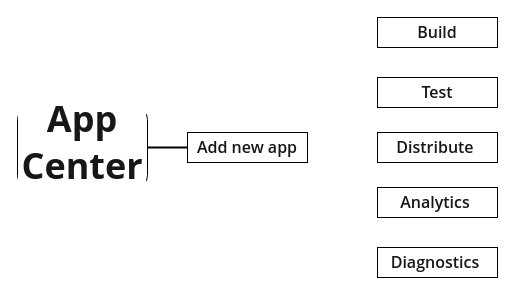
The draw.io diagram MyFlowChart1.drawio in BODYsuperman/MyFlowcharts, before the edit. Source tidied: cells renumbered, new cells numbered last; positions are measured from the earlier drawing's top-left corner, leaving out a move shared by most shapes. Both pictures are drawn from the tidied source at 100%, with x=0, y=0 at pixel (17, 17).
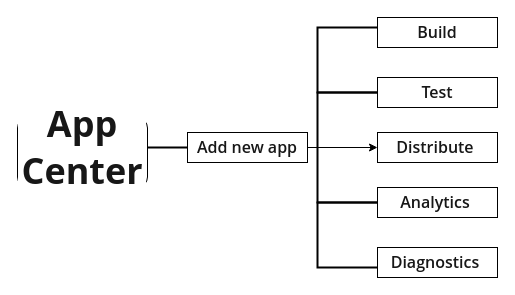
The same diagram, later.

Change to the diagram source:
```diff
@@
 <mxGraphModel background="#ffffff">
   <root>
     <mxCell id="0" />
     <mxCell id="1" parent="0" />
     <mxCell id="2" value="&lt;h1 id=&quot;app-center-quickstart&quot; style=&quot;box-sizing: inherit ; font-size: 2.25rem ; margin: -10px 0px 0px ; padding: 0px ; outline-color: inherit ; line-height: 1.3 ; overflow-wrap: break-word ; word-break: break-word ; color: rgb(23 , 23 , 23) ; font-family: &amp;#34;segoe ui&amp;#34; , &amp;#34;segoeui&amp;#34; , &amp;#34;helvetica neue&amp;#34; , &amp;#34;helvetica&amp;#34; , &amp;#34;arial&amp;#34; , sans-serif ; background-color: rgb(255 , 255 , 255)&quot;&gt;App Center&lt;/h1&gt;" style="rounded=1;whiteSpace=wrap;html=1;" parent="1" vertex="1">
-      <mxGeometry y="90" width="130" height="80" as="geometry" />
+      <mxGeometry y="100" width="130" height="70" as="geometry" />
     </mxCell>
+    <mxCell id="10" style="edgeStyle=orthogonalEdgeStyle;rounded=0;jettySize=auto;html=1;exitX=1;exitY=0.5;exitDx=0;exitDy=0;entryX=0;entryY=0.5;entryDx=0;entryDy=0;" parent="1" edge="1" source="3" target="7">
+      <mxGeometry relative="1" as="geometry" />
+    </mxCell>
     <mxCell id="3" value="&lt;span style=&quot;box-sizing: inherit ; font-weight: 600 ; outline-color: inherit ; color: rgb(23 , 23 , 23) ; font-family: &amp;#34;segoe ui&amp;#34; , &amp;#34;segoeui&amp;#34; , &amp;#34;helvetica neue&amp;#34; , &amp;#34;helvetica&amp;#34; , &amp;#34;arial&amp;#34; , sans-serif ; font-size: 16px ; text-align: left ; background-color: rgb(255 , 255 , 255)&quot;&gt;Add new app&lt;br&gt;&lt;/span&gt;" style="rounded=0;whiteSpace=wrap;html=1;" parent="1" vertex="1">
       <mxGeometry x="170" y="115" width="120" height="30" as="geometry" />
     </mxCell>
     <mxCell id="4" value="&lt;span style=&quot;box-sizing: inherit ; font-weight: 600 ; outline-color: inherit ; color: rgb(23 , 23 , 23) ; font-family: &amp;#34;segoe ui&amp;#34; , &amp;#34;segoeui&amp;#34; , &amp;#34;helvetica neue&amp;#34; , &amp;#34;helvetica&amp;#34; , &amp;#34;arial&amp;#34; , sans-serif ; font-size: 16px ; text-align: left ; background-color: rgb(255 , 255 , 255)&quot;&gt;Build&lt;br&gt;&lt;/span&gt;" style="rounded=0;whiteSpace=wrap;html=1;" parent="1" vertex="1">
       <mxGeometry x="360" width="120" height="30" as="geometry" />
     </mxCell>
     <mxCell id="5" style="line;strokeWidth=2;html=1;" parent="1" vertex="1">
       <mxGeometry x="130" y="115" width="40" height="30" as="geometry" />
     </mxCell>
     <mxCell id="6" value="&lt;span style=&quot;box-sizing: inherit ; font-weight: 600 ; outline-color: inherit ; color: rgb(23 , 23 , 23) ; font-family: &amp;#34;segoe ui&amp;#34; , &amp;#34;segoeui&amp;#34; , &amp;#34;helvetica neue&amp;#34; , &amp;#34;helvetica&amp;#34; , &amp;#34;arial&amp;#34; , sans-serif ; font-size: 16px ; text-align: left ; background-color: rgb(255 , 255 , 255)&quot;&gt;&lt;br&gt;Test&lt;br&gt;&lt;br&gt;&lt;/span&gt;" style="rounded=0;whiteSpace=wrap;html=1;" parent="1" vertex="1">
       <mxGeometry x="360" y="60" width="120" height="30" as="geometry" />
     </mxCell>
     <mxCell id="7" value="&lt;span style=&quot;box-sizing: inherit ; font-weight: 600 ; outline-color: inherit ; color: rgb(23 , 23 , 23) ; font-family: &amp;#34;segoe ui&amp;#34; , &amp;#34;segoeui&amp;#34; , &amp;#34;helvetica neue&amp;#34; , &amp;#34;helvetica&amp;#34; , &amp;#34;arial&amp;#34; , sans-serif ; font-size: 16px ; text-align: left ; background-color: rgb(255 , 255 , 255)&quot;&gt;&lt;br&gt;Distribute&lt;/span&gt;&lt;span style=&quot;color: rgb(23 , 23 , 23) ; font-family: &amp;#34;segoe ui&amp;#34; , &amp;#34;segoeui&amp;#34; , &amp;#34;helvetica neue&amp;#34; , &amp;#34;helvetica&amp;#34; , &amp;#34;arial&amp;#34; , sans-serif ; font-size: 16px ; text-align: left ; background-color: rgb(255 , 255 , 255)&quot;&gt;&amp;nbsp;&lt;br&gt;&lt;br&gt;&lt;/span&gt;" style="rounded=0;whiteSpace=wrap;html=1;" parent="1" vertex="1">
       <mxGeometry x="360" y="115" width="120" height="30" as="geometry" />
     </mxCell>
     <mxCell id="8" value="&lt;span style=&quot;box-sizing: inherit ; font-weight: 600 ; outline-color: inherit ; color: rgb(23 , 23 , 23) ; font-family: &amp;#34;segoe ui&amp;#34; , &amp;#34;segoeui&amp;#34; , &amp;#34;helvetica neue&amp;#34; , &amp;#34;helvetica&amp;#34; , &amp;#34;arial&amp;#34; , sans-serif ; font-size: 16px ; text-align: left ; background-color: rgb(255 , 255 , 255)&quot;&gt;Analytics&lt;/span&gt;&lt;span style=&quot;color: rgb(23 , 23 , 23) ; font-family: &amp;#34;segoe ui&amp;#34; , &amp;#34;segoeui&amp;#34; , &amp;#34;helvetica neue&amp;#34; , &amp;#34;helvetica&amp;#34; , &amp;#34;arial&amp;#34; , sans-serif ; font-size: 16px ; text-align: left ; background-color: rgb(255 , 255 , 255)&quot;&gt;&amp;nbsp;&lt;/span&gt;" style="rounded=0;whiteSpace=wrap;html=1;" parent="1" vertex="1">
       <mxGeometry x="360" y="170" width="120" height="30" as="geometry" />
     </mxCell>
     <mxCell id="9" value="&lt;span style=&quot;box-sizing: inherit ; font-weight: 600 ; outline-color: inherit ; color: rgb(23 , 23 , 23) ; font-family: &amp;#34;segoe ui&amp;#34; , &amp;#34;segoeui&amp;#34; , &amp;#34;helvetica neue&amp;#34; , &amp;#34;helvetica&amp;#34; , &amp;#34;arial&amp;#34; , sans-serif ; font-size: 16px ; text-align: left ; background-color: rgb(255 , 255 , 255)&quot;&gt;Diagnostics&lt;/span&gt;&lt;span style=&quot;color: rgb(23 , 23 , 23) ; font-family: &amp;#34;segoe ui&amp;#34; , &amp;#34;segoeui&amp;#34; , &amp;#34;helvetica neue&amp;#34; , &amp;#34;helvetica&amp;#34; , &amp;#34;arial&amp;#34; , sans-serif ; font-size: 16px ; text-align: left ; background-color: rgb(255 , 255 , 255)&quot;&gt;&amp;nbsp;&lt;/span&gt;" style="rounded=0;whiteSpace=wrap;html=1;" parent="1" vertex="1">
       <mxGeometry x="360" y="230" width="120" height="30" as="geometry" />
     </mxCell>
+    <mxCell id="11" style="strokeWidth=2;html=1;shape=mxgraph.flowchart.annotation_1;align=left;" parent="1" vertex="1">
+      <mxGeometry x="300" y="75" width="60" height="110" as="geometry" />
+    </mxCell>
+    <mxCell id="12" style="strokeWidth=2;html=1;shape=mxgraph.flowchart.annotation_1;align=left;" parent="1" vertex="1">
+      <mxGeometry x="300" y="185" width="60" height="65" as="geometry" />
+    </mxCell>
+    <mxCell id="13" style="strokeWidth=2;html=1;shape=mxgraph.flowchart.annotation_1;align=left;" parent="1" vertex="1">
+      <mxGeometry x="300" y="10" width="60" height="65" as="geometry" />
+    </mxCell>
   </root>
 </mxGraphModel>
```
